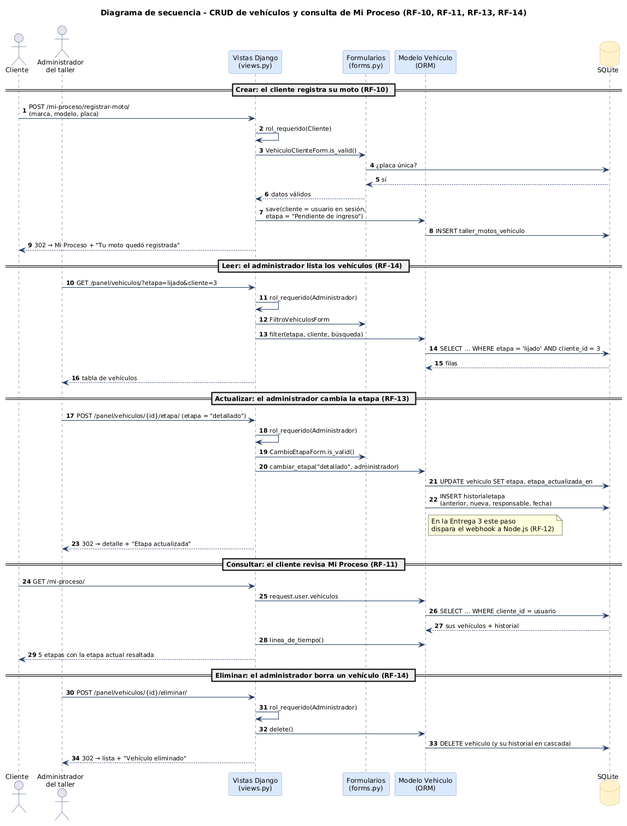
This is docs/uml/5_secuencia_crud_vehiculos.png from N4SL7/duart-studio, a PlantUML export, as it was before one commit. Its diagram source:
```plantuml
@startuml
skinparam defaultFontName Arial
skinparam defaultFontSize 12
skinparam shadowing false
skinparam backgroundColor white
skinparam ArrowColor #1F3864
skinparam ArrowFontSize 11
skinparam usecase {
  BackgroundColor #DAE8FC
  BorderColor #6C8EBF
}
skinparam actorBorderColor #1F3864
skinparam rectangle {
  BorderColor #1F3864
  BackgroundColor white
}
skinparam component {
  BackgroundColor #DAE8FC
  BorderColor #6C8EBF
}
skinparam node {
  BackgroundColor #F5F8FD
  BorderColor #1F3864
}
skinparam database {
  BackgroundColor #FFF2CC
  BorderColor #D6B656
}
skinparam artifact {
  BackgroundColor white
  BorderColor #6C8EBF
}
skinparam interface {
  BackgroundColor white
  BorderColor #1F3864
}

skinparam sequence {
  ParticipantBackgroundColor #DAE8FC
  ParticipantBorderColor #6C8EBF
  LifeLineBorderColor #1F3864
  ActorBorderColor #1F3864
  GroupBorderColor #6C8EBF
}
autonumber
title Diagrama de secuencia - CRUD de vehículos y consulta de Mi Proceso (RF-10, RF-11, RF-13, RF-14)

actor "Cliente" as C
actor "Administrador\ndel taller" as A
participant "Vistas Django\n(views.py)" as V
participant "Formularios\n(forms.py)" as F
participant "Modelo Vehiculo\n(ORM)" as M
database "SQLite" as DB

== Crear: el cliente registra su moto (RF-10) ==
C -> V : POST /mi-proceso/registrar-moto/\n(marca, modelo, placa)
V -> V : rol_requerido(Cliente)
V -> F : VehiculoClienteForm.is_valid()
F -> DB : ¿placa única?
DB --> F : sí
F --> V : datos válidos
V -> M : save(cliente = usuario en sesión,\netapa = "Pendiente de ingreso")
M -> DB : INSERT taller_motos_vehiculo
V --> C : 302 → Mi Proceso + "Tu moto quedó registrada"

== Leer: el administrador lista los vehículos (RF-14) ==
A -> V : GET /panel/vehiculos/?etapa=lijado&cliente=3
V -> V : rol_requerido(Administrador)
V -> F : FiltroVehiculosForm
V -> M : filter(etapa, cliente, búsqueda)
M -> DB : SELECT ... WHERE etapa = 'lijado' AND cliente_id = 3
DB --> M : filas
V --> A : tabla de vehículos

== Actualizar: el administrador cambia la etapa (RF-13) ==
A -> V : POST /panel/vehiculos/{id}/etapa/ (etapa = "detallado")
V -> V : rol_requerido(Administrador)
V -> F : CambioEtapaForm.is_valid()
V -> M : cambiar_etapa("detallado", administrador)
M -> DB : UPDATE vehiculo SET etapa, etapa_actualizada_en
M -> DB : INSERT historialetapa\n(anterior, nueva, responsable, fecha)
note right of M : En la Entrega 3 este paso\ndispara el webhook a Node.js (RF-12)
V --> A : 302 → detalle + "Etapa actualizada"

== Consultar: el cliente revisa Mi Proceso (RF-11) ==
C -> V : GET /mi-proceso/
V -> M : request.user.vehiculos
M -> DB : SELECT ... WHERE cliente_id = usuario
DB --> M : sus vehículos + historial
V -> M : linea_de_tiempo()
V --> C : 5 etapas con la etapa actual resaltada

== Eliminar: el administrador borra un vehículo (RF-14) ==
A -> V : POST /panel/vehiculos/{id}/eliminar/
V -> V : rol_requerido(Administrador)
V -> M : delete()
M -> DB : DELETE vehiculo (y su historial en cascada)
V --> A : 302 → lista + "Vehículo eliminado"
@enduml
```
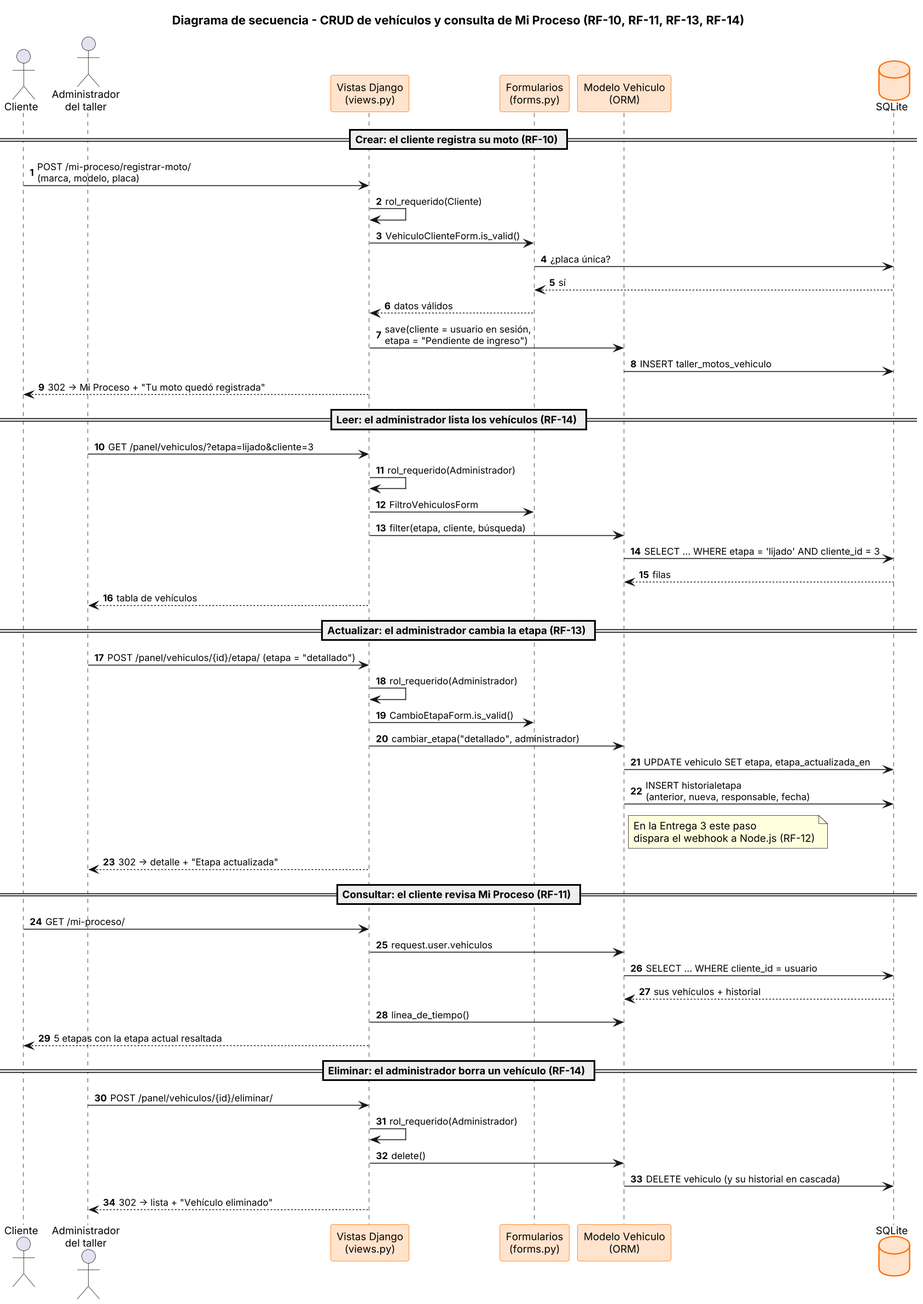
The same file after the commit.

Change to the diagram source:
```diff
@@ -1,46 +1,12 @@
-@startuml
-skinparam defaultFontName Arial
-skinparam defaultFontSize 12
-skinparam shadowing false
-skinparam backgroundColor white
-skinparam ArrowColor #1F3864
-skinparam ArrowFontSize 11
-skinparam usecase {
-  BackgroundColor #DAE8FC
-  BorderColor #6C8EBF
-}
-skinparam actorBorderColor #1F3864
-skinparam rectangle {
-  BorderColor #1F3864
-  BackgroundColor white
-}
-skinparam component {
-  BackgroundColor #DAE8FC
-  BorderColor #6C8EBF
-}
-skinparam node {
-  BackgroundColor #F5F8FD
-  BorderColor #1F3864
-}
-skinparam database {
-  BackgroundColor #FFF2CC
-  BorderColor #D6B656
-}
-skinparam artifact {
-  BackgroundColor white
-  BorderColor #6C8EBF
-}
-skinparam interface {
-  BackgroundColor white
-  BorderColor #1F3864
-}
-
+@startuml secuencia_crud_vehiculos
+skinparamlocked dpi 150
+!include style.iuml
 skinparam sequence {
-  ParticipantBackgroundColor #DAE8FC
-  ParticipantBorderColor #6C8EBF
-  LifeLineBorderColor #1F3864
-  ActorBorderColor #1F3864
-  GroupBorderColor #6C8EBF
+  ParticipantBackgroundColor #FFE3CC
+  ParticipantBorderColor #FF6B00
+  LifeLineBorderColor #16171B
+  ActorBorderColor #16171B
+  GroupBorderColor #FF6B00
 }
 autonumber
 title Diagrama de secuencia - CRUD de vehículos y consulta de Mi Proceso (RF-10, RF-11, RF-13, RF-14)
```
